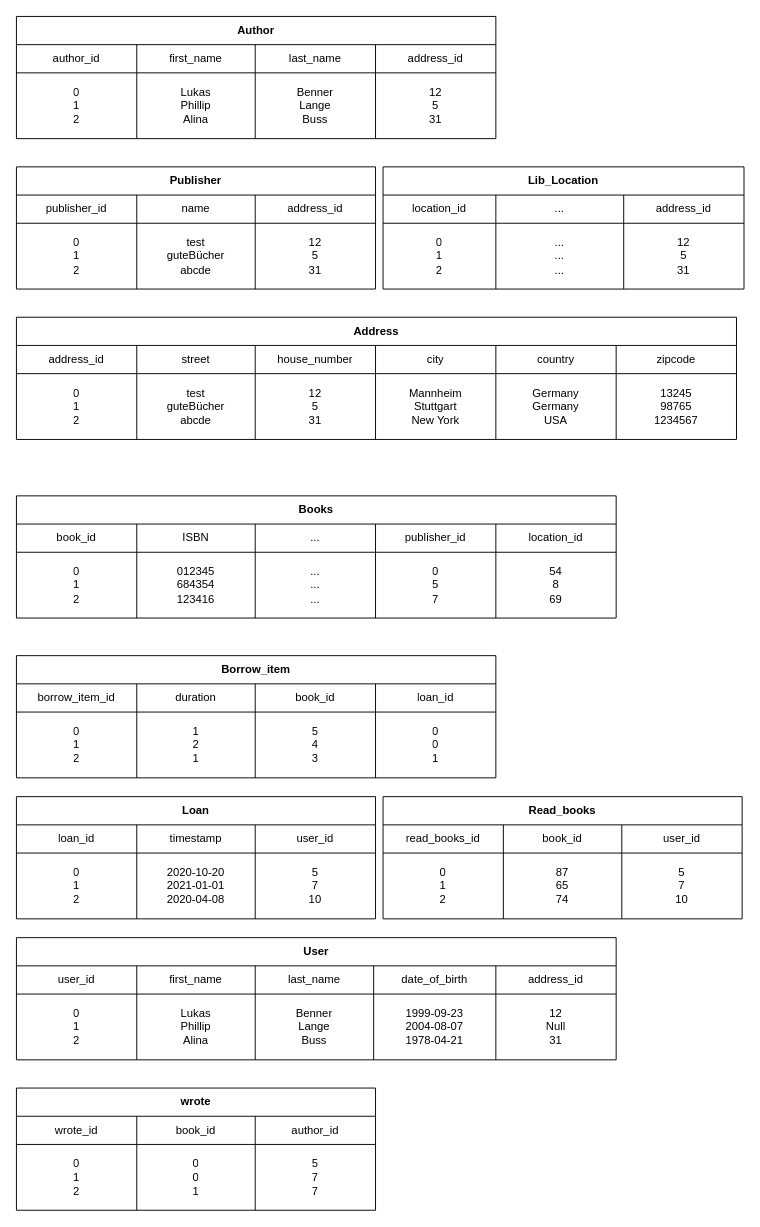
Before: page "Relational Model" (2 of 3) of doc/DB/diagrams.drawio in BennerLukas/Biblio, a draw.io diagram. Source tidied: cells renumbered, new cells numbered last; positions are measured from the earlier drawing's top-left corner, leaving out a move shared by most shapes. Both pictures are drawn from the tidied source at 94%, with x=0, y=0 at pixel (16, 16).
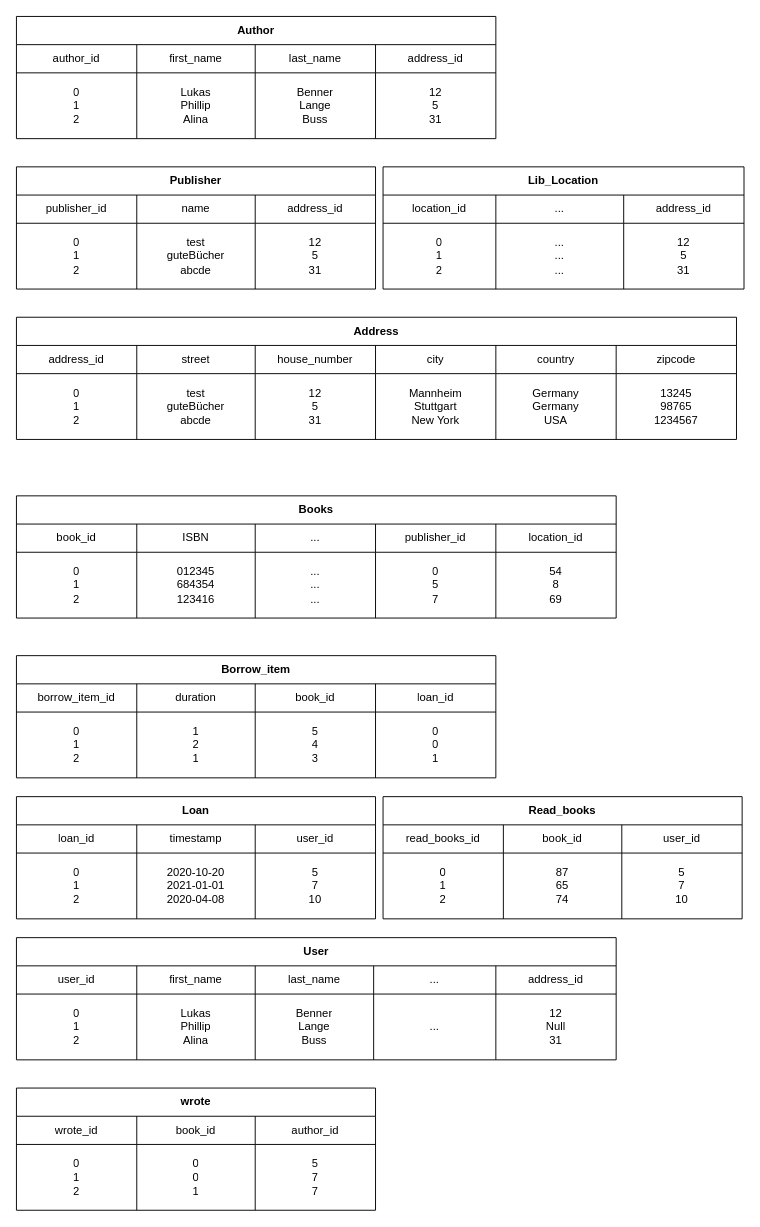
Above is the later version.

The change refers to these unchanged cells:
```xml
<mxCell id="65" style="shape=partialRectangle;html=1;whiteSpace=wrap;fillColor=none;top=0;left=0;bottom=0;right=0;" parent="64" vertex="1">
  <mxGeometry y="30" width="638" height="30" as="geometry" />
</mxCell>
<mxCell id="71" style="shape=partialRectangle;html=1;whiteSpace=wrap;fillColor=none;top=0;left=0;bottom=0;right=0;" parent="64" vertex="1">
  <mxGeometry y="60" width="638" height="70" as="geometry" />
</mxCell>
```

Diff of the diagram source:
```diff
@@
-    <mxCell id="69" value="date_of_birth" style="shape=partialRectangle;html=1;whiteSpace=wrap;fillColor=none;top=0;left=0;bottom=0;right=0;overflow=hidden;" parent="65" vertex="1">
+    <mxCell id="69" value="..." style="shape=partialRectangle;html=1;whiteSpace=wrap;fillColor=none;top=0;left=0;bottom=0;right=0;overflow=hidden;" parent="65" vertex="1">
       <mxGeometry x="380" width="130" height="30" as="geometry" />
     </mxCell>
@@
-    <mxCell id="75" value="1999-09-23&lt;br&gt;2004-08-07&lt;br&gt;1978-04-21" style="shape=partialRectangle;html=1;whiteSpace=wrap;fillColor=none;top=0;left=0;bottom=0;right=0;overflow=hidden;" parent="71" vertex="1">
+    <mxCell id="75" value="..." style="shape=partialRectangle;html=1;whiteSpace=wrap;fillColor=none;top=0;left=0;bottom=0;right=0;overflow=hidden;" parent="71" vertex="1">
       <mxGeometry x="380" width="130" height="70" as="geometry" />
     </mxCell>
```
